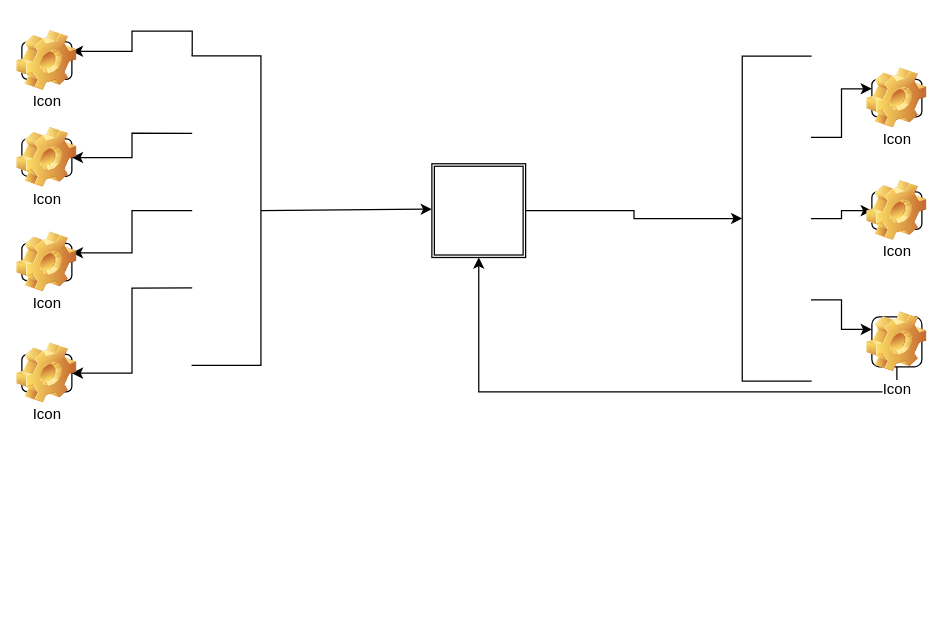
The draw.io diagram Untitled Diagram.drawio in ANIEKWECHIDERA/RANDS, before the edit. Source tidied: cells renumbered, new cells numbered last; positions are measured from the earlier drawing's top-left corner, leaving out a move shared by most shapes. Both pictures are drawn from the tidied source at 125%, with x=0, y=0 at pixel (21, 41).
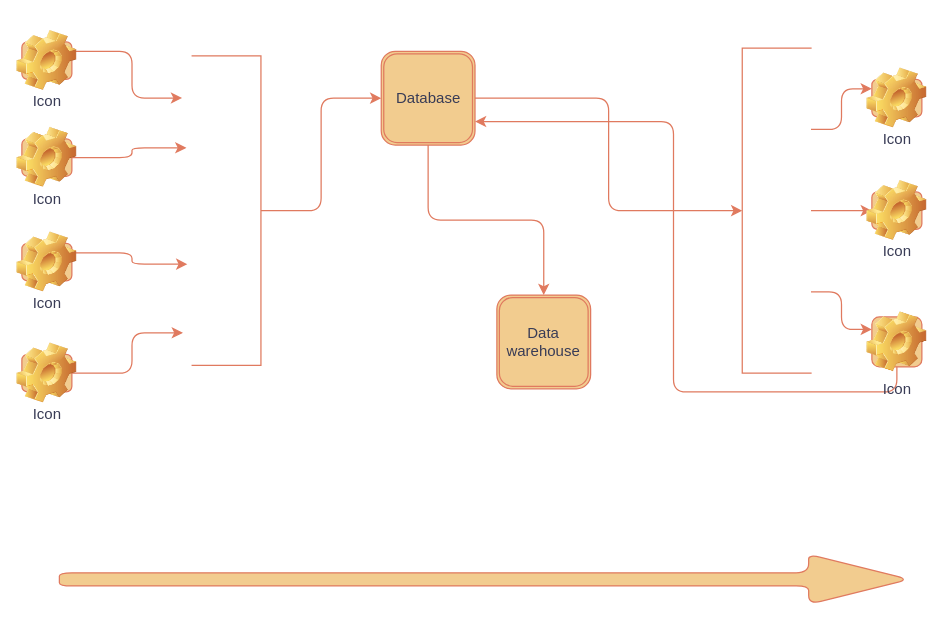
After the change.

The edit, as a diff of the source:
```diff
@@
-    <mxCell id="2" style="edgeStyle=orthogonalEdgeStyle;rounded=0;jettySize=auto;html=1;exitX=1;exitY=0;exitDx=0;exitDy=0;entryX=1;entryY=0.25;entryDx=0;entryDy=0;" parent="1" edge="1" source="6" target="12">
-      <mxGeometry relative="1" as="geometry" />
-    </mxCell>
-    <mxCell id="3" style="edgeStyle=orthogonalEdgeStyle;rounded=0;jettySize=auto;html=1;exitX=0.75;exitY=0;exitDx=0;exitDy=0;entryX=1;entryY=0.5;entryDx=0;entryDy=0;" parent="1" edge="1" source="6" target="13">
-      <mxGeometry relative="1" as="geometry" />
-    </mxCell>
-    <mxCell id="4" style="edgeStyle=orthogonalEdgeStyle;rounded=0;jettySize=auto;html=1;exitX=0.5;exitY=0;exitDx=0;exitDy=0;entryX=1;entryY=0.25;entryDx=0;entryDy=0;" parent="1" edge="1" source="6" target="14">
-      <mxGeometry relative="1" as="geometry" />
-    </mxCell>
-    <mxCell id="5" style="edgeStyle=orthogonalEdgeStyle;rounded=0;jettySize=auto;html=1;exitX=0.25;exitY=0;exitDx=0;exitDy=0;entryX=1;entryY=0.5;entryDx=0;entryDy=0;" parent="1" edge="1" source="6" target="15">
-      <mxGeometry relative="1" as="geometry" />
-    </mxCell>
+    <mxCell id="7" style="edgeStyle=orthogonalEdgeStyle;rounded=1;jettySize=auto;html=1;exitX=0.5;exitY=1;exitDx=0;exitDy=0;entryX=0;entryY=0.5;entryDx=0;entryDy=0;labelBackgroundColor=none;strokeColor=#E07A5F;fontColor=default;" parent="1" edge="1" source="6" target="18">
+      <mxGeometry relative="1" as="geometry" />
+    </mxCell>
-    <mxCell id="6" style="shape=partialRectangle;whiteSpace=wrap;html=1;bottom=1;right=1;left=1;top=0;fillColor=none;routingCenterX=-0.5;rotation=-90;" parent="1" vertex="1">
+    <mxCell id="6" style="shape=partialRectangle;whiteSpace=wrap;html=1;bottom=1;right=1;left=1;top=0;fillColor=none;routingCenterX=-0.5;rotation=-90;rounded=1;labelBackgroundColor=none;strokeColor=#E07A5F;fontColor=#393C56;" parent="1" vertex="1">
       <mxGeometry x="40" y="107.5" width="247.5" height="55" as="geometry" />
     </mxCell>
-    <mxCell id="7" style="endArrow=classic;html=1;rounded=0;exitX=0.5;exitY=1;exitDx=0;exitDy=0;entryX=0;entryY=0.484;entryDx=0;entryDy=0;entryPerimeter=0;" parent="1" edge="1" source="6" target="18">
-      <mxGeometry relative="1" as="geometry" />
-    </mxCell>
-    <mxCell id="8" style="edgeStyle=orthogonalEdgeStyle;rounded=0;jettySize=auto;html=1;exitX=0.75;exitY=0;exitDx=0;exitDy=0;entryX=0;entryY=0.25;entryDx=0;entryDy=0;" parent="1" edge="1" source="11" target="22">
+    <mxCell id="8" style="edgeStyle=orthogonalEdgeStyle;rounded=1;jettySize=auto;html=1;exitX=0.75;exitY=0;exitDx=0;exitDy=0;entryX=0;entryY=0.25;entryDx=0;entryDy=0;labelBackgroundColor=none;strokeColor=#E07A5F;fontColor=default;" parent="1" edge="1" source="11" target="22">
       <mxGeometry relative="1" as="geometry" />
     </mxCell>
-    <mxCell id="9" style="edgeStyle=orthogonalEdgeStyle;rounded=0;jettySize=auto;html=1;exitX=0.5;exitY=0;exitDx=0;exitDy=0;entryX=0;entryY=0.5;entryDx=0;entryDy=0;" parent="1" edge="1" source="11" target="20">
+    <mxCell id="9" style="edgeStyle=orthogonalEdgeStyle;rounded=1;jettySize=auto;html=1;exitX=0.5;exitY=0;exitDx=0;exitDy=0;entryX=0;entryY=0.5;entryDx=0;entryDy=0;labelBackgroundColor=none;strokeColor=#E07A5F;fontColor=default;" parent="1" edge="1" source="11" target="20">
       <mxGeometry relative="1" as="geometry" />
     </mxCell>
-    <mxCell id="10" style="edgeStyle=orthogonalEdgeStyle;rounded=0;jettySize=auto;html=1;exitX=0.25;exitY=0;exitDx=0;exitDy=0;entryX=0;entryY=0.25;entryDx=0;entryDy=0;" parent="1" edge="1" source="11" target="19">
+    <mxCell id="10" style="edgeStyle=orthogonalEdgeStyle;rounded=1;jettySize=auto;html=1;exitX=0.25;exitY=0;exitDx=0;exitDy=0;entryX=0;entryY=0.25;entryDx=0;entryDy=0;labelBackgroundColor=none;strokeColor=#E07A5F;fontColor=default;" parent="1" edge="1" source="11" target="19">
       <mxGeometry relative="1" as="geometry" />
     </mxCell>
-    <mxCell id="11" style="shape=partialRectangle;whiteSpace=wrap;html=1;bottom=1;right=1;left=1;top=0;fillColor=none;routingCenterX=-0.5;rotation=90;" parent="1" vertex="1">
-      <mxGeometry x="473.8" y="113.8" width="260" height="55" as="geometry" />
+    <mxCell id="11" style="shape=partialRectangle;whiteSpace=wrap;html=1;bottom=1;right=1;left=1;top=0;fillColor=none;routingCenterX=-0.5;rotation=90;rounded=1;labelBackgroundColor=none;strokeColor=#E07A5F;fontColor=#393C56;" parent="1" vertex="1">
+      <mxGeometry x="473.8" y="107.5" width="260" height="55" as="geometry" />
     </mxCell>
+    <mxCell id="23" style="edgeStyle=orthogonalEdgeStyle;rounded=1;jettySize=auto;html=1;exitX=1;exitY=0.25;exitDx=0;exitDy=0;entryX=0.864;entryY=-0.147;entryDx=0;entryDy=0;entryPerimeter=0;labelBackgroundColor=none;strokeColor=#E07A5F;fontColor=default;" parent="1" edge="1" source="12" target="6">
+      <mxGeometry relative="1" as="geometry" />
+    </mxCell>
-    <mxCell id="12" value="Icon" style="icon;html=1;image=img/clipart/Gear_128x128.png;" parent="1" vertex="1">
+    <mxCell id="12" value="Icon" style="icon;html=1;image=img/clipart/Gear_128x128.png;labelBackgroundColor=none;fillColor=#F2CC8F;strokeColor=#E07A5F;fontColor=#393C56;" parent="1" vertex="1">
       <mxGeometry width="40" height="30" as="geometry" />
     </mxCell>
+    <mxCell id="24" style="edgeStyle=orthogonalEdgeStyle;rounded=1;jettySize=auto;html=1;exitX=1;exitY=0.5;exitDx=0;exitDy=0;entryX=0.703;entryY=-0.084;entryDx=0;entryDy=0;entryPerimeter=0;labelBackgroundColor=none;strokeColor=#E07A5F;fontColor=default;" parent="1" edge="1" source="13" target="6">
+      <mxGeometry relative="1" as="geometry" />
+    </mxCell>
-    <mxCell id="13" value="Icon" style="icon;html=1;image=img/clipart/Gear_128x128.png;" parent="1" vertex="1">
+    <mxCell id="13" value="Icon" style="icon;html=1;image=img/clipart/Gear_128x128.png;labelBackgroundColor=none;fillColor=#F2CC8F;strokeColor=#E07A5F;fontColor=#393C56;" parent="1" vertex="1">
       <mxGeometry y="77.5" width="40" height="30" as="geometry" />
     </mxCell>
+    <mxCell id="25" style="edgeStyle=orthogonalEdgeStyle;rounded=1;jettySize=auto;html=1;exitX=1;exitY=0.25;exitDx=0;exitDy=0;entryX=0.327;entryY=-0.071;entryDx=0;entryDy=0;entryPerimeter=0;labelBackgroundColor=none;strokeColor=#E07A5F;fontColor=default;" parent="1" edge="1" source="14" target="6">
+      <mxGeometry relative="1" as="geometry" />
+    </mxCell>
-    <mxCell id="14" value="Icon" style="icon;html=1;image=img/clipart/Gear_128x128.png;" parent="1" vertex="1">
+    <mxCell id="14" value="Icon" style="icon;html=1;image=img/clipart/Gear_128x128.png;labelBackgroundColor=none;fillColor=#F2CC8F;strokeColor=#E07A5F;fontColor=#393C56;" parent="1" vertex="1">
       <mxGeometry y="161.2" width="40" height="30" as="geometry" />
     </mxCell>
+    <mxCell id="26" style="edgeStyle=orthogonalEdgeStyle;rounded=1;jettySize=auto;html=1;exitX=1;exitY=0.5;exitDx=0;exitDy=0;entryX=0.105;entryY=-0.135;entryDx=0;entryDy=0;entryPerimeter=0;labelBackgroundColor=none;strokeColor=#E07A5F;fontColor=default;" parent="1" edge="1" source="15" target="6">
+      <mxGeometry relative="1" as="geometry" />
+    </mxCell>
-    <mxCell id="15" value="Icon" style="icon;html=1;image=img/clipart/Gear_128x128.png;" parent="1" vertex="1">
+    <mxCell id="15" value="Icon" style="icon;html=1;image=img/clipart/Gear_128x128.png;labelBackgroundColor=none;fillColor=#F2CC8F;strokeColor=#E07A5F;fontColor=#393C56;" parent="1" vertex="1">
       <mxGeometry y="250" width="40" height="30" as="geometry" />
     </mxCell>
-    <mxCell id="16" style="endArrow=classic;html=1;rounded=0;exitX=0.49;exitY=1.176;exitDx=0;exitDy=0;exitPerimeter=0;entryX=0.5;entryY=1;entryDx=0;entryDy=0;" parent="1" edge="1" target="18">
-      <mxGeometry relative="1" as="geometry">
-        <mxPoint x="350" y="133.3" as="sourcePoint" />
-      </mxGeometry>
-    </mxCell>
-    <mxCell id="17" style="edgeStyle=orthogonalEdgeStyle;rounded=0;jettySize=auto;html=1;exitX=1;exitY=0.5;exitDx=0;exitDy=0;entryX=0.5;entryY=1;entryDx=0;entryDy=0;" parent="1" edge="1" source="18" target="11">
+    <mxCell id="17" style="edgeStyle=orthogonalEdgeStyle;rounded=1;jettySize=auto;html=1;exitX=1;exitY=0.5;exitDx=0;exitDy=0;entryX=0.5;entryY=1;entryDx=0;entryDy=0;labelBackgroundColor=none;strokeColor=#E07A5F;fontColor=default;" parent="1" edge="1" source="18" target="11">
       <mxGeometry relative="1" as="geometry" />
     </mxCell>
+    <mxCell id="27" style="edgeStyle=orthogonalEdgeStyle;rounded=1;jettySize=auto;html=1;exitX=0.5;exitY=1;exitDx=0;exitDy=0;entryX=0.5;entryY=0;entryDx=0;entryDy=0;labelBackgroundColor=none;strokeColor=#E07A5F;fontColor=default;" parent="1" edge="1" source="18" target="28">
+      <mxGeometry relative="1" as="geometry" />
+    </mxCell>
-    <mxCell id="18" style="shape=ext;double=1;whiteSpace=wrap;html=1;" parent="1" vertex="1">
-      <mxGeometry x="328" y="97.5" width="75" height="75" as="geometry" />
+    <mxCell id="18" value="Database" style="shape=ext;double=1;whiteSpace=wrap;html=1;rounded=1;labelBackgroundColor=none;fillColor=#F2CC8F;strokeColor=#E07A5F;fontColor=#393C56;" parent="1" vertex="1">
+      <mxGeometry x="287.5" y="7.5" width="75" height="75" as="geometry" />
     </mxCell>
-    <mxCell id="19" value="Icon" style="icon;html=1;image=img/clipart/Gear_128x128.png;" parent="1" vertex="1">
+    <mxCell id="19" value="Icon" style="icon;html=1;image=img/clipart/Gear_128x128.png;labelBackgroundColor=none;fillColor=#F2CC8F;strokeColor=#E07A5F;fontColor=#393C56;" parent="1" vertex="1">
       <mxGeometry x="680" y="30" width="40" height="30" as="geometry" />
     </mxCell>
-    <mxCell id="20" value="Icon" style="icon;html=1;image=img/clipart/Gear_128x128.png;" parent="1" vertex="1">
+    <mxCell id="20" value="Icon" style="icon;html=1;image=img/clipart/Gear_128x128.png;labelBackgroundColor=none;fillColor=#F2CC8F;strokeColor=#E07A5F;fontColor=#393C56;" parent="1" vertex="1">
       <mxGeometry x="680" y="120" width="40" height="30" as="geometry" />
     </mxCell>
-    <mxCell id="21" style="edgeStyle=orthogonalEdgeStyle;rounded=0;jettySize=auto;html=1;exitX=0.5;exitY=1;exitDx=0;exitDy=0;entryX=0.5;entryY=1;entryDx=0;entryDy=0;" parent="1" edge="1" source="22" target="18">
+    <mxCell id="21" style="edgeStyle=orthogonalEdgeStyle;rounded=1;jettySize=auto;html=1;exitX=0.5;exitY=1;exitDx=0;exitDy=0;entryX=1;entryY=0.75;entryDx=0;entryDy=0;labelBackgroundColor=none;strokeColor=#E07A5F;fontColor=default;" parent="1" edge="1" source="22" target="18">
       <mxGeometry relative="1" as="geometry" />
     </mxCell>
-    <mxCell id="22" value="Icon" style="icon;html=1;image=img/clipart/Gear_128x128.png;" parent="1" vertex="1">
+    <mxCell id="22" value="Icon" style="icon;html=1;image=img/clipart/Gear_128x128.png;labelBackgroundColor=none;fillColor=#F2CC8F;strokeColor=#E07A5F;fontColor=#393C56;" parent="1" vertex="1">
       <mxGeometry x="680" y="220" width="40" height="40" as="geometry" />
     </mxCell>
+    <mxCell id="28" value="Data warehouse" style="shape=ext;double=1;whiteSpace=wrap;html=1;rounded=1;labelBackgroundColor=none;fillColor=#F2CC8F;strokeColor=#E07A5F;fontColor=#393C56;" parent="1" vertex="1">
+      <mxGeometry x="380" y="202.5" width="75" height="75" as="geometry" />
+    </mxCell>
+    <mxCell id="29" style="shape=singleArrow;whiteSpace=wrap;html=1;arrowWidth=0.2642830984932914;arrowSize=0.11848734366793595;rounded=1;labelBackgroundColor=none;fillColor=#F2CC8F;strokeColor=#E07A5F;fontColor=#393C56;" parent="1" vertex="1">
+      <mxGeometry x="30" y="410" width="680" height="40" as="geometry" />
+    </mxCell>
```
